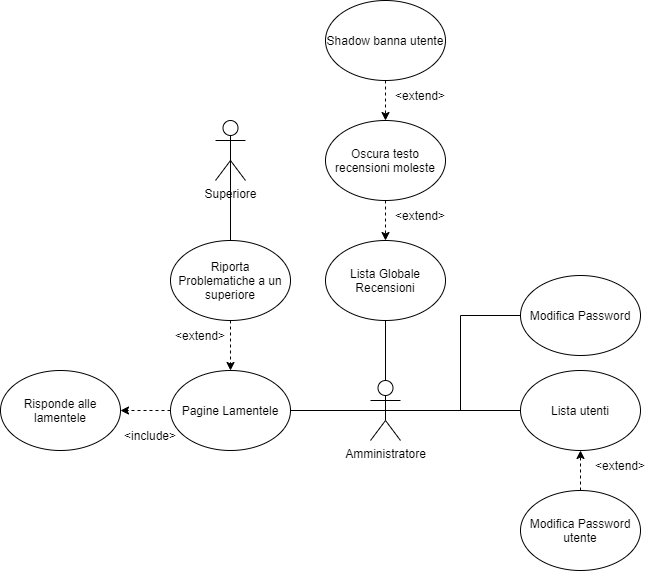
Before: UML/UCD_admin.png, a diagram exported from draw.io (G15-UniTN/iSpesa). Source tidied: cells renumbered, new cells last; positions are measured from the earlier drawing's top-left corner, leaving out a move shared by most shapes.
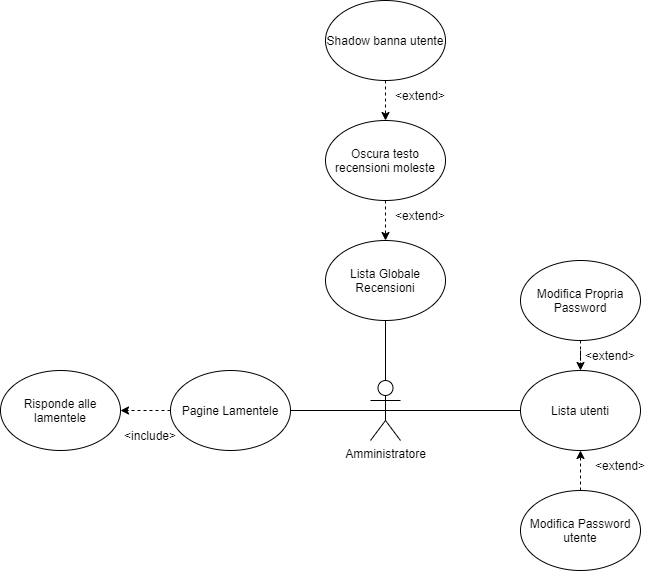
Above is the later version.

Diff of the diagram source:
```diff
@@ -2,9 +2,6 @@
   <root>
     <mxCell id="0" />
     <mxCell id="1" parent="0" />
-    <mxCell id="2" style="edgeStyle=orthogonalEdgeStyle;rounded=0;jettySize=auto;html=1;exitX=0.5;exitY=0.5;exitDx=0;exitDy=0;exitPerimeter=0;entryX=0;entryY=0.5;entryDx=0;entryDy=0;endArrow=none;endFill=0;" parent="1" edge="1" source="6" target="7">
-      <mxGeometry relative="1" as="geometry" />
-    </mxCell>
     <mxCell id="3" style="edgeStyle=orthogonalEdgeStyle;rounded=0;jettySize=auto;html=1;exitX=0.5;exitY=0.5;exitDx=0;exitDy=0;exitPerimeter=0;endArrow=none;endFill=0;" parent="1" edge="1" source="6" target="8">
       <mxGeometry relative="1" as="geometry" />
     </mxCell>
@@ -17,8 +14,11 @@
     <mxCell id="6" value="Amministratore" style="shape=umlActor;verticalLabelPosition=bottom;verticalAlign=top;html=1;outlineConnect=0;" parent="1" vertex="1">
       <mxGeometry x="370" y="380" width="30" height="60" as="geometry" />
     </mxCell>
+    <mxCell id="28" style="edgeStyle=orthogonalEdgeStyle;rounded=0;jettySize=auto;html=1;exitX=0.5;exitY=1;exitDx=0;exitDy=0;startArrow=none;startFill=0;dashed=1;" parent="1" edge="1" source="7" target="8">
+      <mxGeometry relative="1" as="geometry" />
+    </mxCell>
-    <mxCell id="7" value="Modifica Password" style="ellipse;whiteSpace=wrap;html=1;" parent="1" vertex="1">
-      <mxGeometry x="520" y="275" width="120" height="80" as="geometry" />
+    <mxCell id="7" value="Modifica Propria Password" style="ellipse;whiteSpace=wrap;html=1;" parent="1" vertex="1">
+      <mxGeometry x="520" y="260" width="120" height="80" as="geometry" />
     </mxCell>
     <mxCell id="8" value="Lista utenti" style="ellipse;whiteSpace=wrap;html=1;" parent="1" vertex="1">
       <mxGeometry x="520" y="370" width="120" height="80" as="geometry" />
@@ -32,27 +32,12 @@
     <mxCell id="11" value="Pagine Lamentele" style="ellipse;whiteSpace=wrap;html=1;" parent="1" vertex="1">
       <mxGeometry x="170" y="370" width="120" height="80" as="geometry" />
     </mxCell>
-    <mxCell id="12" style="edgeStyle=orthogonalEdgeStyle;rounded=0;jettySize=auto;html=1;exitX=0.5;exitY=1;exitDx=0;exitDy=0;dashed=1;" parent="1" edge="1" source="13" target="11">
-      <mxGeometry relative="1" as="geometry" />
-    </mxCell>
-    <mxCell id="13" value="Riporta Problematiche a un superiore" style="ellipse;whiteSpace=wrap;html=1;" parent="1" vertex="1">
-      <mxGeometry x="170" y="240" width="120" height="80" as="geometry" />
-    </mxCell>
     <mxCell id="14" value="Risponde alle lamentele" style="ellipse;whiteSpace=wrap;html=1;" parent="1" vertex="1">
       <mxGeometry y="370" width="120" height="80" as="geometry" />
     </mxCell>
-    <mxCell id="15" value="&amp;lt;extend&amp;gt;" style="text;html=1;strokeColor=none;fillColor=none;align=center;verticalAlign=middle;whiteSpace=wrap;rounded=0;" parent="1" vertex="1">
-      <mxGeometry x="170" y="320" width="60" height="30" as="geometry" />
-    </mxCell>
     <mxCell id="16" value="&amp;lt;include&amp;gt;" style="text;html=1;strokeColor=none;fillColor=none;align=center;verticalAlign=middle;whiteSpace=wrap;rounded=0;" parent="1" vertex="1">
       <mxGeometry x="120" y="420" width="60" height="30" as="geometry" />
     </mxCell>
-    <mxCell id="17" style="edgeStyle=orthogonalEdgeStyle;rounded=0;jettySize=auto;html=1;exitX=0.5;exitY=0.5;exitDx=0;exitDy=0;exitPerimeter=0;endArrow=none;endFill=0;" parent="1" edge="1" source="18" target="13">
-      <mxGeometry relative="1" as="geometry" />
-    </mxCell>
-    <mxCell id="18" value="Superiore" style="shape=umlActor;verticalLabelPosition=bottom;verticalAlign=top;html=1;outlineConnect=0;" parent="1" vertex="1">
-      <mxGeometry x="215" y="120" width="30" height="60" as="geometry" />
-    </mxCell>
     <mxCell id="19" style="edgeStyle=orthogonalEdgeStyle;rounded=0;jettySize=auto;html=1;exitX=0.5;exitY=1;exitDx=0;exitDy=0;entryX=0.5;entryY=0;entryDx=0;entryDy=0;endArrow=classic;endFill=1;dashed=1;" parent="1" edge="1" source="20" target="9">
       <mxGeometry relative="1" as="geometry" />
     </mxCell>
@@ -80,5 +65,8 @@
     <mxCell id="27" value="&amp;lt;extend&amp;gt;" style="text;html=1;strokeColor=none;fillColor=none;align=center;verticalAlign=middle;whiteSpace=wrap;rounded=0;" parent="1" vertex="1">
       <mxGeometry x="590" y="450" width="60" height="30" as="geometry" />
     </mxCell>
+    <mxCell id="15" value="&amp;lt;extend&amp;gt;" style="text;html=1;strokeColor=none;fillColor=none;align=center;verticalAlign=middle;whiteSpace=wrap;rounded=0;" parent="1" vertex="1">
+      <mxGeometry x="580" y="340" width="60" height="30" as="geometry" />
+    </mxCell>
   </root>
 </mxGraphModel>
```
